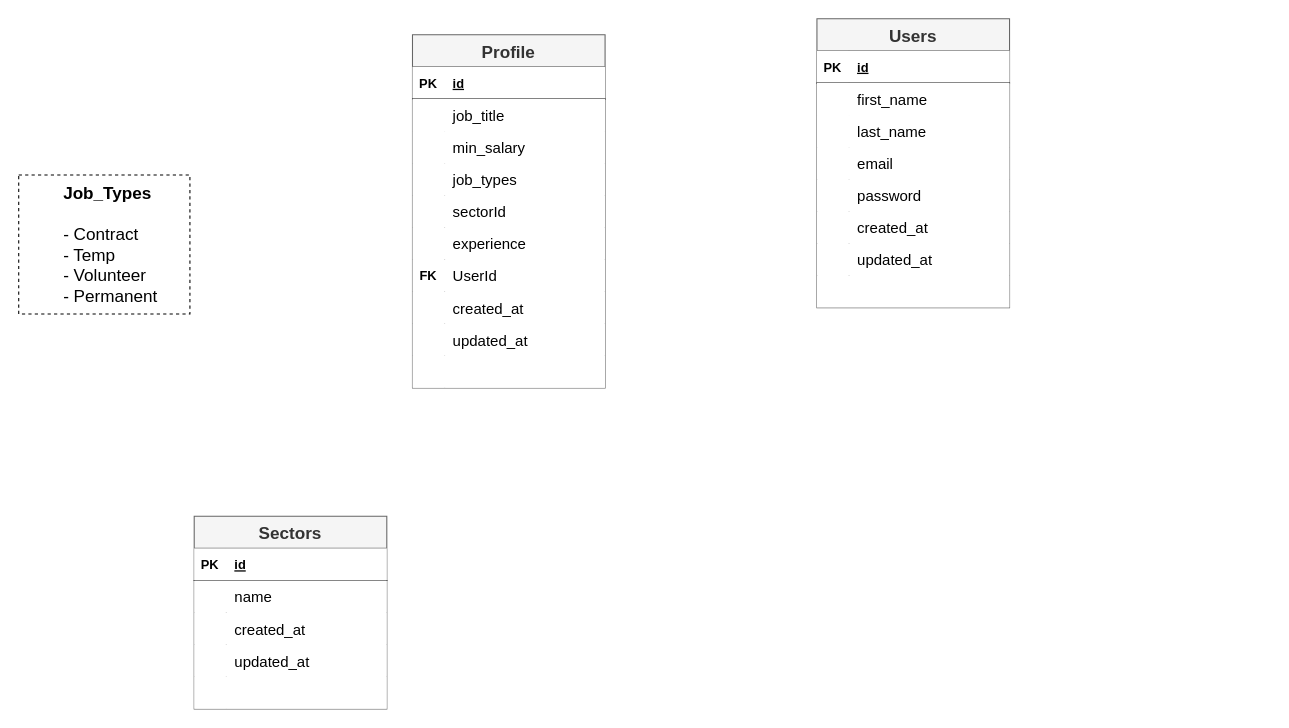
The draw.io diagram page "Profile + Sector" (4 of 13) of JobPlus/Untitled Diagram.drawio in kingsley-ijomah/draw.io, before the edit. Source tidied: cells renumbered, new cells numbered last; positions are measured from the earlier drawing's top-left corner, leaving out a move shared by most shapes. Both pictures are drawn from the tidied source at 107%, with x=0, y=0 at pixel (18, 18).
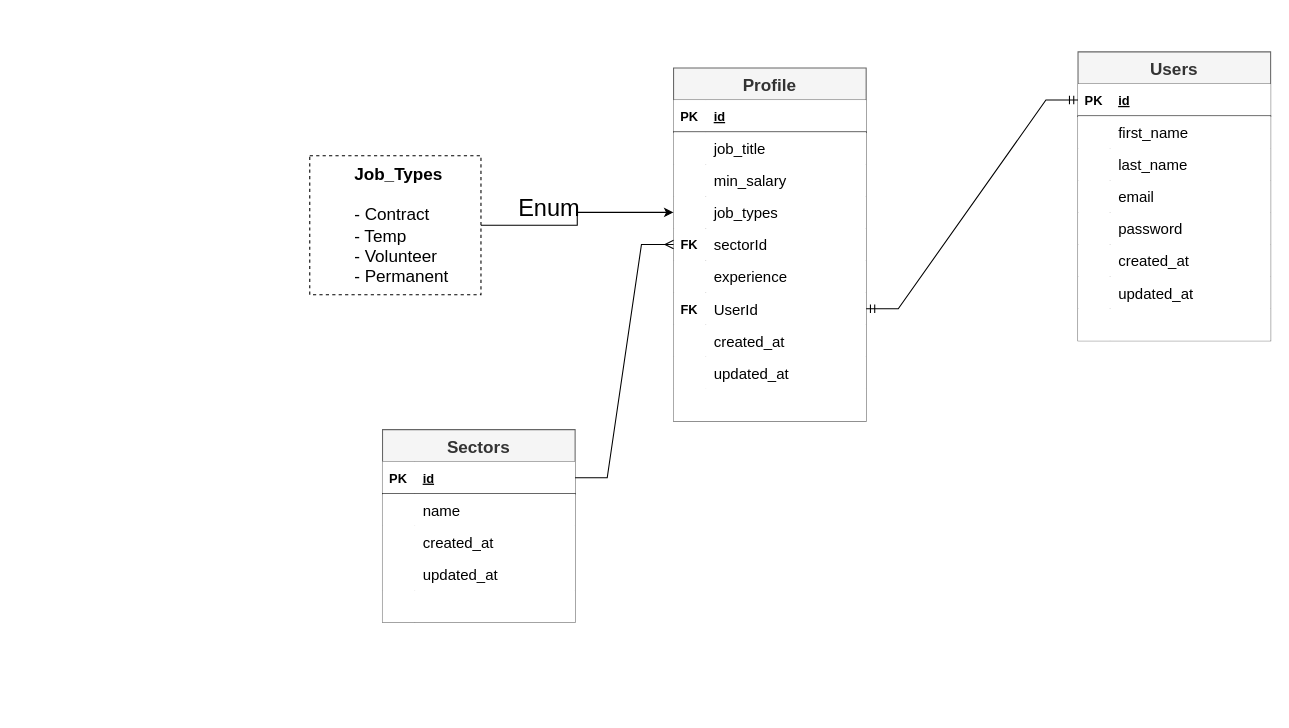
Above is the later version.

Unchanged cells that the change refers to:
```xml
<mxCell id="3" style="shape=tableRow;horizontal=0;startSize=0;swimlaneHead=0;swimlaneBody=0;fillColor=default;points=[[0,0.5],[1,0.5]];portConstraint=eastwest;top=0;left=0;right=0;bottom=1;" parent="2" vertex="1">
  <mxGeometry y="30" width="180" height="30" as="geometry" />
</mxCell>
<mxCell id="37" style="shape=tableRow;horizontal=0;startSize=0;swimlaneHead=0;swimlaneBody=0;fillColor=default;points=[[0,0.5],[1,0.5]];portConstraint=eastwest;top=0;left=0;right=0;bottom=0;" parent="27" vertex="1">
  <mxGeometry y="120" width="180" height="30" as="geometry" />
</mxCell>
<mxCell id="40" style="shape=tableRow;horizontal=0;startSize=0;swimlaneHead=0;swimlaneBody=0;fillColor=default;points=[[0,0.5],[1,0.5]];portConstraint=eastwest;top=0;left=0;right=0;bottom=0;" parent="27" vertex="1">
  <mxGeometry y="150" width="180" height="30" as="geometry" />
</mxCell>
<mxCell id="46" style="shape=tableRow;horizontal=0;startSize=0;swimlaneHead=0;swimlaneBody=0;fillColor=default;points=[[0,0.5],[1,0.5]];portConstraint=eastwest;top=0;left=0;right=0;bottom=0;" parent="27" vertex="1">
  <mxGeometry y="210" width="180" height="30" as="geometry" />
</mxCell>
<mxCell id="60" style="shape=tableRow;horizontal=0;startSize=0;swimlaneHead=0;swimlaneBody=0;fillColor=default;points=[[0,0.5],[1,0.5]];portConstraint=eastwest;top=0;left=0;right=0;bottom=1;" parent="59" vertex="1">
  <mxGeometry y="30" width="180" height="30" as="geometry" />
</mxCell>
```

Diff of the diagram source:
```diff
@@
     <mxCell id="2" value="Users" style="shape=table;startSize=30;childLayout=tableLayout;rowLines=0;fontStyle=1;align=center;labelBackgroundColor=none;labelBorderColor=none;fillColor=#f5f5f5;fontColor=#333333;strokeColor=#666666;gradientColor=none;fontSize=16;" parent="1" vertex="1">
-      <mxGeometry x="746" width="180" height="270" as="geometry" />
+      <mxGeometry x="990" y="31" width="180" height="270" as="geometry" />
     </mxCell>
@@
     <mxCell id="27" value="Profile" style="shape=table;startSize=30;childLayout=tableLayout;rowLines=0;fontStyle=1;align=center;labelBackgroundColor=none;labelBorderColor=none;fillColor=#f5f5f5;fontColor=#333333;strokeColor=#666666;gradientColor=none;fontSize=16;" parent="1" vertex="1">
-      <mxGeometry x="368" y="15" width="180" height="330.1" as="geometry" />
+      <mxGeometry x="612" y="46" width="180" height="330.1" as="geometry" />
     </mxCell>
@@
-    <mxCell id="41" style="shape=partialRectangle;fillColor=none;top=0;left=0;bottom=0;right=0;overflow=hidden;" parent="40" vertex="1">
+    <mxCell id="41" value="FK" style="shape=partialRectangle;fillColor=none;top=0;left=0;bottom=0;right=0;overflow=hidden;fontStyle=1;" parent="40" vertex="1">
       <mxGeometry width="30" height="30" as="geometry" />
     </mxCell>
@@
+    <mxCell id="75" style="edgeStyle=orthogonalEdgeStyle;rounded=0;jettySize=auto;html=1;entryX=0;entryY=0.5;entryDx=0;entryDy=0;fontSize=22;strokeColor=default;elbow=vertical;" parent="1" edge="1" source="58" target="37">
+      <mxGeometry relative="1" as="geometry" />
+    </mxCell>
     <mxCell id="58" value="&lt;blockquote style=&quot;margin: 0 0 0 40px; border: none; padding: 0px;&quot;&gt;&lt;b&gt;Job_Types&lt;/b&gt;&lt;/blockquote&gt;&lt;blockquote style=&quot;margin: 0 0 0 40px; border: none; padding: 0px;&quot;&gt;&lt;b&gt;&lt;br&gt;&lt;/b&gt;&lt;/blockquote&gt;&lt;blockquote style=&quot;margin: 0 0 0 40px; border: none; padding: 0px;&quot;&gt;- Contract&lt;/blockquote&gt;&lt;blockquote style=&quot;margin: 0 0 0 40px; border: none; padding: 0px;&quot;&gt;- Temp&lt;br&gt;- Volunteer&lt;br&gt;- Permanent&lt;/blockquote&gt;" style="rounded=0;whiteSpace=wrap;html=1;labelBackgroundColor=none;labelBorderColor=none;fontSize=16;fillColor=default;gradientColor=none;align=left;dashed=1;" parent="1" vertex="1">
-      <mxGeometry y="146" width="160" height="130" as="geometry" />
+      <mxGeometry x="272" y="128" width="160" height="130" as="geometry" />
     </mxCell>
     <mxCell id="59" value="Sectors" style="shape=table;startSize=30;childLayout=tableLayout;rowLines=0;fontStyle=1;align=center;labelBackgroundColor=none;labelBorderColor=none;fillColor=#f5f5f5;fontColor=#333333;strokeColor=#666666;gradientColor=none;fontSize=16;" parent="1" vertex="1">
-      <mxGeometry x="164" y="465" width="180" height="180" as="geometry" />
+      <mxGeometry x="340" y="384" width="180" height="180" as="geometry" />
     </mxCell>
@@
+    <mxCell id="76" value="Enum" style="text;html=1;strokeColor=none;fillColor=none;align=center;verticalAlign=middle;whiteSpace=wrap;rounded=0;labelBackgroundColor=none;labelBorderColor=none;fontSize=22;" parent="1" vertex="1">
+      <mxGeometry x="466" y="163" width="60" height="30" as="geometry" />
+    </mxCell>
+    <mxCell id="77" style="edgeStyle=entityRelationEdgeStyle;fontSize=12;html=1;endArrow=ERmandOne;startArrow=ERmandOne;rounded=0;strokeColor=default;elbow=vertical;entryX=0;entryY=0.5;entryDx=0;entryDy=0;exitX=1;exitY=0.5;exitDx=0;exitDy=0;" parent="1" edge="1" source="46" target="3">
+      <mxGeometry relative="1" as="geometry" />
+    </mxCell>
+    <mxCell id="78" style="edgeStyle=entityRelationEdgeStyle;fontSize=12;html=1;endArrow=ERmany;rounded=0;strokeColor=default;elbow=vertical;exitX=1;exitY=0.5;exitDx=0;exitDy=0;entryX=0;entryY=0.5;entryDx=0;entryDy=0;" parent="1" edge="1" source="60" target="40">
+      <mxGeometry relative="1" as="geometry" />
+    </mxCell>
```
